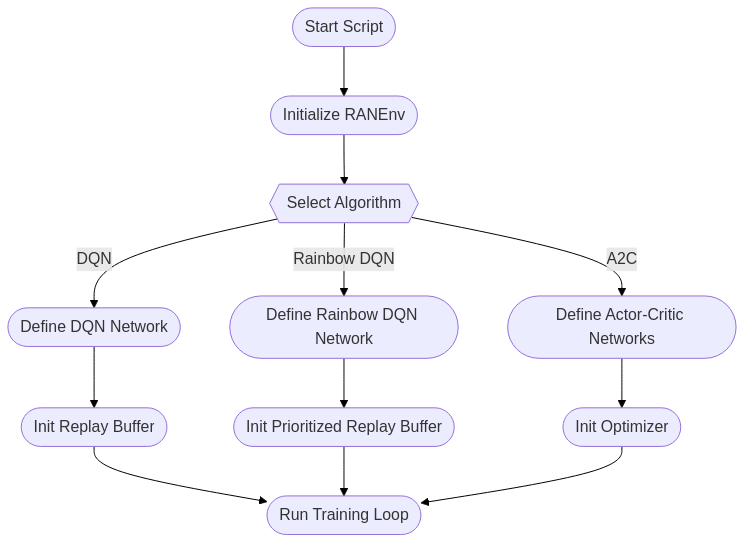
TN420/mecon25 keeps this Mermaid diagram as DRL_flow.png. Above is the earlier version. Its source is kept beside it as DRL_flow.mmd.
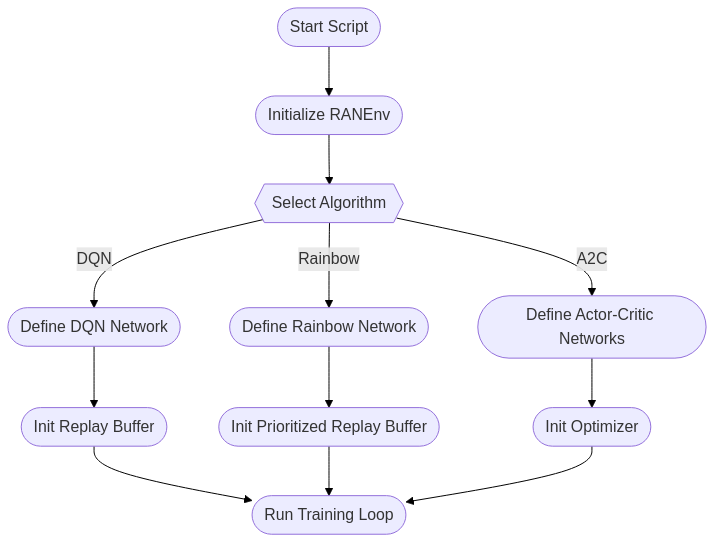
The same diagram one commit later.

Change to the diagram source:
```diff
@@ -5,5 +5,5 @@
 
   A([Start Script]) --> B([Initialize RANEnv]) --> C{{Select Algorithm}}
   C -->|DQN| D1([Define DQN Network]) --> X([Init Replay Buffer]) --> T([Run Training Loop])
-  C -->|Rainbow DQN| R1([Define Rainbow Network]) --> Y([Init Prioritized Replay Buffer]) --> T
+  C -->|Rainbow| R1([Define Rainbow Network]) --> Y([Init Prioritized Replay Buffer]) --> T
   C -->|A2C| A1([Define Actor-Critic Networks]) --> Z([Init Optimizer]) --> T
```
